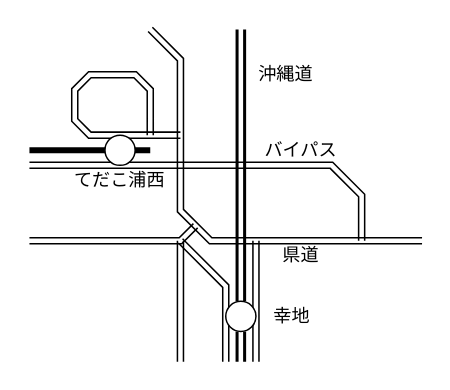
Above: page "てだこ浦西" (7 of 8) of routes.drawio in nnm-t/techniques-to-escape-from-dead-end-lines-2 (draw.io), before the change. Source tidied: cells renumbered, new cells numbered last; positions are measured from the earlier drawing's top-left corner, leaving out a move shared by most shapes. Both pictures are drawn from the tidied source at 151%, with x=0, y=0 at pixel (29, 29).
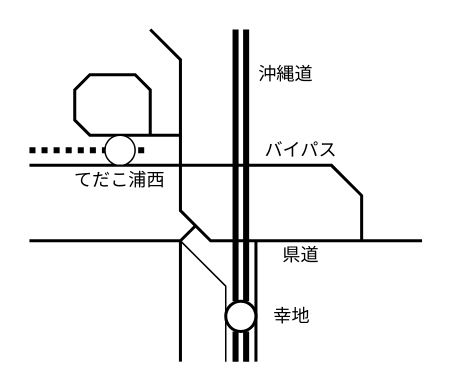
After the change.

The edit, as a diff of the source:
```diff
@@
-    <mxCell id="2" style="endArrow=none;html=1;rounded=0;shape=link;" parent="1" edge="1">
+    <mxCell id="2" style="endArrow=none;html=1;rounded=0;strokeWidth=2;" parent="1" edge="1">
       <mxGeometry relative="1" as="geometry">
         <mxPoint x="260" y="140" as="sourcePoint" />
         <mxPoint x="80" as="targetPoint" />
         <Array as="points">
           <mxPoint x="120" y="140" />
           <mxPoint x="100" y="120" />
           <mxPoint x="100" y="20" />
         </Array>
       </mxGeometry>
     </mxCell>
-    <mxCell id="3" style="endArrow=none;html=1;rounded=0;shape=link;strokeWidth=1;" parent="1" edge="1">
+    <mxCell id="3" style="endArrow=none;html=1;rounded=0;strokeWidth=2;" parent="1" edge="1">
       <mxGeometry relative="1" as="geometry">
         <mxPoint y="90" as="sourcePoint" />
         <mxPoint x="220" y="140" as="targetPoint" />
         <Array as="points">
           <mxPoint x="200" y="90" />
           <mxPoint x="220" y="110" />
         </Array>
       </mxGeometry>
     </mxCell>
-    <mxCell id="4" style="endArrow=none;html=1;rounded=0;shape=link;" parent="1" edge="1">
+    <mxCell id="4" style="endArrow=none;html=1;rounded=0;strokeWidth=2;" parent="1" edge="1">
       <mxGeometry relative="1" as="geometry">
         <mxPoint y="140" as="sourcePoint" />
         <mxPoint x="110" y="130" as="targetPoint" />
         <Array as="points">
           <mxPoint x="100" y="140" />
         </Array>
       </mxGeometry>
     </mxCell>
-    <mxCell id="5" style="endArrow=none;html=1;rounded=0;shape=link;startArrow=none;strokeWidth=2;" parent="1" edge="1" source="11">
+    <mxCell id="5" style="endArrow=none;html=1;rounded=0;shape=link;startArrow=none;strokeWidth=4;" parent="1" edge="1" source="11">
       <mxGeometry relative="1" as="geometry">
         <mxPoint x="140" as="targetPoint" />
       </mxGeometry>
     </mxCell>
-    <mxCell id="6" style="endArrow=none;html=1;rounded=0;shape=link;" parent="1" edge="1">
+    <mxCell id="6" style="endArrow=none;html=1;rounded=0;strokeWidth=2;" parent="1" edge="1">
       <mxGeometry relative="1" as="geometry">
         <mxPoint x="150" y="220" as="sourcePoint" />
         <mxPoint x="150" y="140" as="targetPoint" />
       </mxGeometry>
     </mxCell>
-    <mxCell id="7" style="endArrow=none;html=1;rounded=0;shape=link;" parent="1" edge="1">
+    <mxCell id="7" style="endArrow=none;html=1;rounded=0;strokeWidth=1;" parent="1" edge="1">
       <mxGeometry relative="1" as="geometry">
         <mxPoint x="130" y="220" as="sourcePoint" />
         <mxPoint x="100" y="140" as="targetPoint" />
         <Array as="points">
           <mxPoint x="130" y="170" />
         </Array>
       </mxGeometry>
     </mxCell>
-    <mxCell id="8" style="endArrow=none;html=1;rounded=0;shape=link;" parent="1" edge="1">
+    <mxCell id="8" style="endArrow=none;html=1;rounded=0;strokeWidth=2;" parent="1" edge="1">
       <mxGeometry relative="1" as="geometry">
         <mxPoint x="100" y="220" as="sourcePoint" />
         <mxPoint x="100" y="140" as="targetPoint" />
       </mxGeometry>
     </mxCell>
-    <mxCell id="9" style="endArrow=none;html=1;rounded=0;strokeWidth=4;" parent="1" edge="1">
+    <mxCell id="9" style="endArrow=none;html=1;rounded=0;strokeWidth=4;dashed=1;dashPattern=1 1;" parent="1" edge="1">
       <mxGeometry relative="1" as="geometry">
         <mxPoint y="80" as="sourcePoint" />
         <mxPoint x="80" y="80" as="targetPoint" />
       </mxGeometry>
     </mxCell>
-    <mxCell id="10" style="endArrow=none;html=1;rounded=0;strokeWidth=1;shape=link;" parent="1" edge="1">
+    <mxCell id="10" style="endArrow=none;html=1;rounded=0;strokeWidth=2;" parent="1" edge="1">
       <mxGeometry relative="1" as="geometry">
         <mxPoint x="80" y="70" as="sourcePoint" />
         <mxPoint x="100" y="70" as="targetPoint" />
         <Array as="points">
           <mxPoint x="80" y="40" />
           <mxPoint x="70" y="30" />
           <mxPoint x="40" y="30" />
           <mxPoint x="30" y="40" />
           <mxPoint x="30" y="60" />
           <mxPoint x="40" y="70" />
         </Array>
       </mxGeometry>
     </mxCell>
-    <mxCell id="11" style="ellipse;whiteSpace=wrap;html=1;" parent="1" vertex="1">
+    <mxCell id="11" style="ellipse;whiteSpace=wrap;html=1;strokeWidth=2;" parent="1" vertex="1">
       <mxGeometry x="130" y="180" width="20" height="20" as="geometry" />
     </mxCell>
-    <mxCell id="12" style="endArrow=none;html=1;rounded=0;shape=link;strokeWidth=2;" parent="1" edge="1" target="11">
+    <mxCell id="12" style="endArrow=none;html=1;rounded=0;shape=link;strokeWidth=4;" parent="1" edge="1" target="11">
       <mxGeometry relative="1" as="geometry">
         <mxPoint x="140" y="220" as="sourcePoint" />
       </mxGeometry>
     </mxCell>
```
